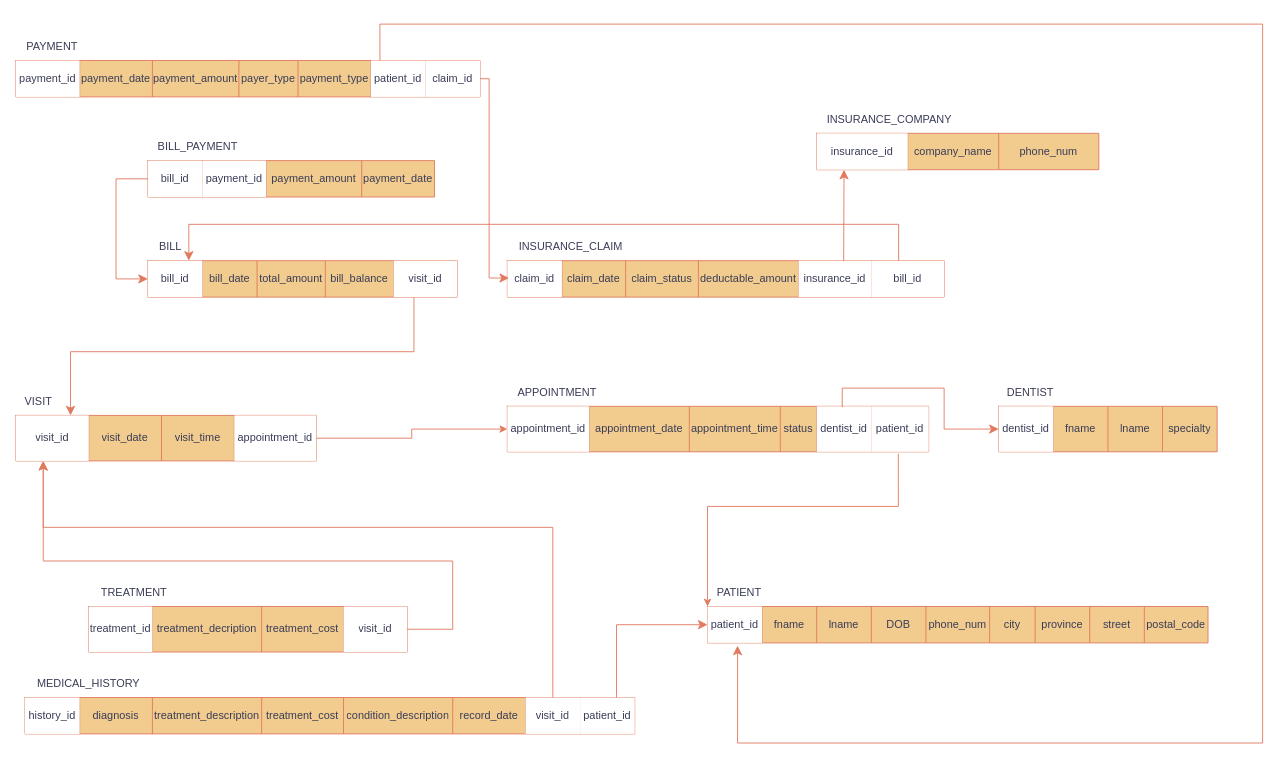
Before: page "Logical Schema" (3 of 3) of DB - Final Project - ERD, Revised ERD, Logica Schema.drawio in 23Parzival/DB-Final-Project, a draw.io diagram. Source tidied: cells renumbered, new cells numbered last; positions are measured from the earlier drawing's top-left corner, leaving out a move shared by most shapes. Both pictures are drawn from the tidied source at 91%, with x=0, y=0 at pixel (15, 24).
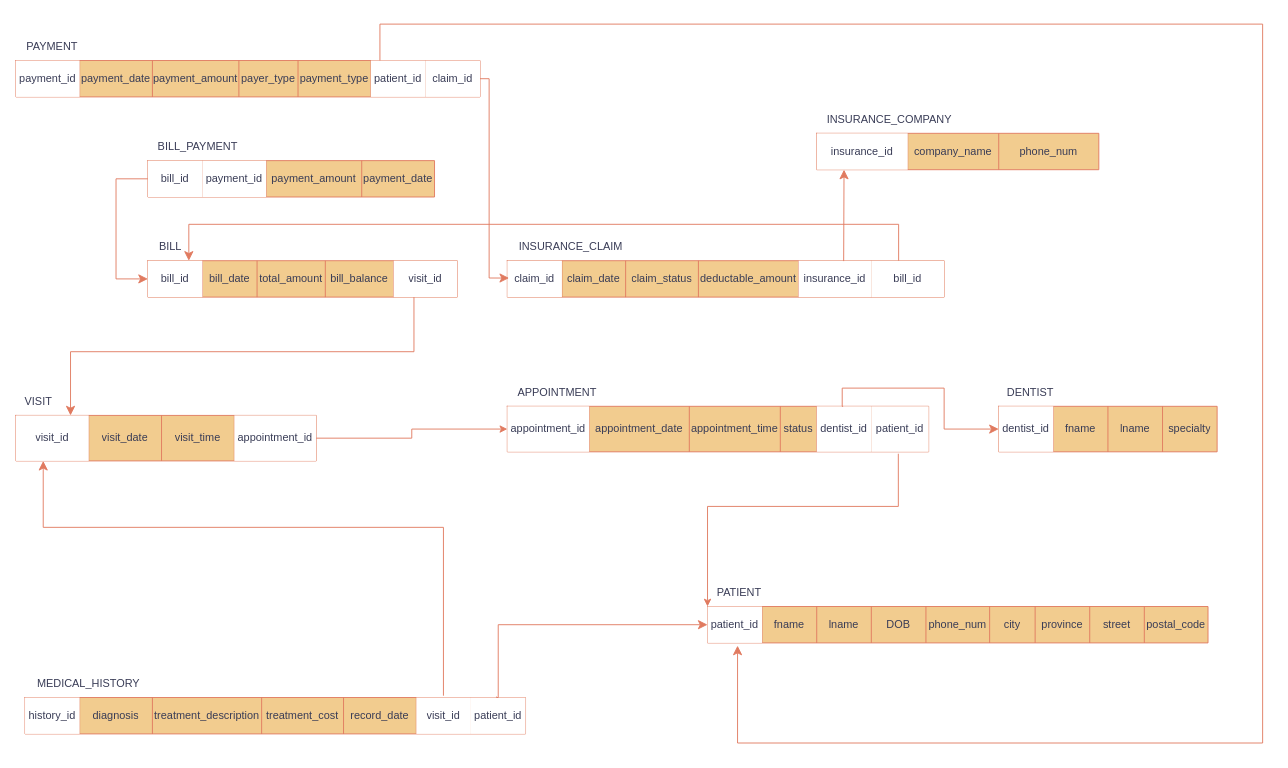
The same diagram, later.

Commit message:
Forgot to change logical schema (actually done).

The change refers to these unchanged cells:
```xml
<mxCell id="3" style="shape=tableRow;horizontal=0;startSize=0;swimlaneHead=0;swimlaneBody=0;strokeColor=#E07A5F;top=0;left=0;bottom=0;right=0;fillColor=none;points=[[0,0.5],[1,0.5]];portConstraint=eastwest;labelBackgroundColor=none;fontColor=#393C56;" parent="2" vertex="1">
  <mxGeometry width="550" height="40" as="geometry" />
</mxCell>
```

What changed in the source:
```diff
@@
-    <mxCell id="32" style="shape=table;startSize=0;childLayout=tableLayout;labelBackgroundColor=none;fillColor=#F2CC8F;strokeColor=#E07A5F;fontColor=#393C56;" parent="1" vertex="1">
-      <mxGeometry x="80" y="640" width="350" height="50" as="geometry" />
-    </mxCell>
-    <mxCell id="33" style="shape=tableRow;horizontal=0;startSize=0;swimlaneHead=0;swimlaneBody=0;strokeColor=#E07A5F;top=0;left=0;bottom=0;right=0;fillColor=none;labelBackgroundColor=none;fontColor=#393C56;" parent="32" vertex="1">
-      <mxGeometry width="350" height="50" as="geometry" />
-    </mxCell>
-    <mxCell id="34" value="treatment_id" style="shape=partialRectangle;html=1;whiteSpace=wrap;strokeColor=light-dark(#E07A5F,#666666);overflow=hidden;fillColor=light-dark(#FFFFFF,#666666);top=0;left=0;bottom=0;right=0;labelBackgroundColor=none;fontColor=#393C56;" parent="33" vertex="1">
-      <mxGeometry width="70" height="50" as="geometry" />
-    </mxCell>
-    <mxCell id="35" value="treatment_decription" style="shape=partialRectangle;html=1;whiteSpace=wrap;strokeColor=#E07A5F;overflow=hidden;fillColor=none;top=0;left=0;bottom=0;right=0;labelBackgroundColor=none;fontColor=#393C56;" parent="33" vertex="1">
-      <mxGeometry x="70" width="120" height="50" as="geometry" />
-    </mxCell>
-    <mxCell id="36" value="treatment_cost" style="shape=partialRectangle;html=1;whiteSpace=wrap;strokeColor=#E07A5F;overflow=hidden;fillColor=none;top=0;left=0;bottom=0;right=0;labelBackgroundColor=none;fontColor=#393C56;" parent="33" vertex="1">
-      <mxGeometry x="190" width="90" height="50" as="geometry" />
-    </mxCell>
-    <mxCell id="37" value="visit_id" style="shape=partialRectangle;html=1;whiteSpace=wrap;strokeColor=#E07A5F;overflow=hidden;fillColor=light-dark(#FFFFFF,#994C00);top=0;left=0;bottom=0;right=0;labelBackgroundColor=none;fontColor=#393C56;" parent="33" vertex="1">
-      <mxGeometry x="280" width="70" height="50" as="geometry" />
-    </mxCell>
-    <mxCell id="38" value="TREATMENT" style="text;html=1;whiteSpace=wrap;strokeColor=none;fillColor=none;align=center;verticalAlign=middle;rounded=0;labelBackgroundColor=none;fontColor=#393C56;" parent="1" vertex="1">
-      <mxGeometry x="80" y="610" width="100" height="30" as="geometry" />
-    </mxCell>
     <mxCell id="39" style="shape=table;startSize=0;childLayout=tableLayout;labelBackgroundColor=none;fillColor=#F2CC8F;strokeColor=#E07A5F;fontColor=#393C56;" parent="1" vertex="1">
-      <mxGeometry x="10" y="740" width="670" height="40" as="geometry" />
+      <mxGeometry x="10" y="740" width="550" height="40" as="geometry" />
     </mxCell>
     <mxCell id="40" style="shape=tableRow;horizontal=0;startSize=0;swimlaneHead=0;swimlaneBody=0;strokeColor=#E07A5F;top=0;left=0;bottom=0;right=0;fillColor=none;points=[[0,0.5],[1,0.5]];portConstraint=eastwest;labelBackgroundColor=none;fontColor=#393C56;" parent="39" vertex="1">
-      <mxGeometry width="670" height="40" as="geometry" />
+      <mxGeometry width="550" height="40" as="geometry" />
     </mxCell>
@@
-    <mxCell id="45" value="condition_description" style="shape=partialRectangle;html=1;whiteSpace=wrap;strokeColor=#E07A5F;overflow=hidden;fillColor=none;top=0;left=0;bottom=0;right=0;labelBackgroundColor=none;fontColor=#393C56;" parent="40" vertex="1">
-      <mxGeometry x="350" width="120" height="40" as="geometry" />
-    </mxCell>
     <mxCell id="46" value="record_date" style="shape=partialRectangle;html=1;whiteSpace=wrap;strokeColor=#E07A5F;overflow=hidden;fillColor=none;top=0;left=0;bottom=0;right=0;labelBackgroundColor=none;fontColor=#393C56;" parent="40" vertex="1">
-      <mxGeometry x="470" width="80" height="40" as="geometry" />
+      <mxGeometry x="350" width="80" height="40" as="geometry" />
     </mxCell>
     <mxCell id="47" value="visit_id" style="shape=partialRectangle;html=1;whiteSpace=wrap;strokeColor=#E07A5F;overflow=hidden;fillColor=light-dark(#FFFFFF,#994C00);top=0;left=0;bottom=0;right=0;labelBackgroundColor=none;fontColor=#393C56;" parent="40" vertex="1">
-      <mxGeometry x="550" width="60" height="40" as="geometry" />
+      <mxGeometry x="430" width="60" height="40" as="geometry" />
     </mxCell>
     <mxCell id="48" value="patient_id" style="shape=partialRectangle;html=1;whiteSpace=wrap;strokeColor=#E07A5F;overflow=hidden;fillColor=light-dark(#FFFFFF,#994C00);top=0;left=0;bottom=0;right=0;labelBackgroundColor=none;fontColor=#393C56;" parent="40" vertex="1">
-      <mxGeometry x="610" width="60" height="40" as="geometry" />
+      <mxGeometry x="490" width="60" height="40" as="geometry" />
     </mxCell>
@@
-    <mxCell id="102" style="edgeStyle=segmentEdgeStyle;endArrow=none;html=1;curved=0;rounded=0;endSize=8;startSize=8;labelBackgroundColor=none;strokeColor=#E07A5F;fontColor=default;endFill=0;startArrow=classic;startFill=1;" parent="1" edge="1">
+    <mxCell id="102" style="edgeStyle=segmentEdgeStyle;endArrow=none;html=1;curved=0;rounded=0;endSize=8;startSize=8;labelBackgroundColor=none;strokeColor=#E07A5F;fontColor=default;endFill=0;startArrow=classic;startFill=1;entryX=0.836;entryY=-0.05;entryDx=0;entryDy=0;entryPerimeter=0;" parent="1" edge="1" target="40">
       <mxGeometry relative="1" as="geometry">
         <mxPoint x="30" y="480" as="sourcePoint" />
-        <mxPoint x="590" y="740" as="targetPoint" />
         <Array as="points">
           <mxPoint x="30" y="553" />
-          <mxPoint x="590" y="553" />
-          <mxPoint x="590" y="738" />
+          <mxPoint x="470" y="553" />
         </Array>
       </mxGeometry>
     </mxCell>
-    <mxCell id="103" style="edgeStyle=segmentEdgeStyle;endArrow=none;html=1;curved=0;rounded=0;endSize=8;startSize=8;labelBackgroundColor=none;strokeColor=#E07A5F;fontColor=default;entryX=1;entryY=0.5;entryDx=0;entryDy=0;startArrow=classic;startFill=1;endFill=0;" parent="1" edge="1">
-      <mxGeometry relative="1" as="geometry">
-        <mxPoint x="30" y="480" as="sourcePoint" />
-        <mxPoint x="430" y="665" as="targetPoint" />
-        <Array as="points">
-          <mxPoint x="30" y="480" />
-          <mxPoint x="30" y="590" />
-          <mxPoint x="480" y="590" />
-          <mxPoint x="480" y="665" />
-        </Array>
-      </mxGeometry>
-    </mxCell>
@@
-    <mxCell id="105" style="edgeStyle=segmentEdgeStyle;endArrow=classic;html=1;curved=0;rounded=0;endSize=8;startSize=8;labelBackgroundColor=none;strokeColor=#E07A5F;fontColor=default;entryX=0;entryY=0.5;entryDx=0;entryDy=0;" parent="1" edge="1" target="3">
+    <mxCell id="105" style="edgeStyle=segmentEdgeStyle;endArrow=classic;html=1;curved=0;rounded=0;endSize=8;startSize=8;labelBackgroundColor=none;strokeColor=#E07A5F;fontColor=default;entryX=0;entryY=0.5;entryDx=0;entryDy=0;exitX=0.942;exitY=-0.025;exitDx=0;exitDy=0;exitPerimeter=0;" parent="1" edge="1" source="40" target="3">
       <mxGeometry relative="1" as="geometry">
-        <mxPoint x="660" y="740" as="sourcePoint" />
         <Array as="points">
-          <mxPoint x="660" y="738" />
-          <mxPoint x="660" y="660" />
+          <mxPoint x="528" y="740" />
+          <mxPoint x="530" y="740" />
+          <mxPoint x="530" y="660" />
         </Array>
       </mxGeometry>
     </mxCell>
```
